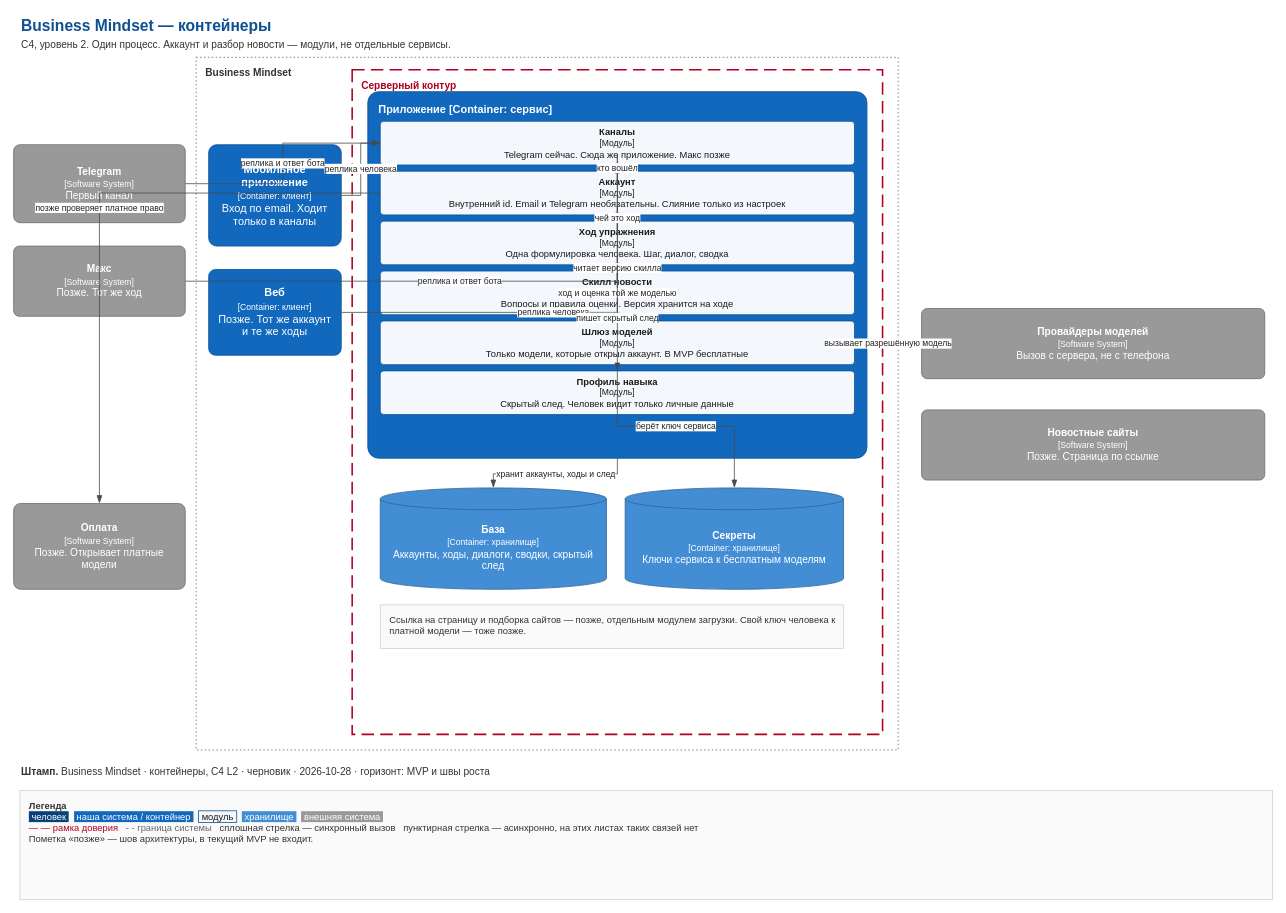
nletra1983/business-mindset-cloud keeps this draw.io diagram as ProductLC/01 Big Idea/architecture/diagrams/02-containers.drawio. Above is the earlier version. Source tidied: cells renumbered, new cells numbered last; positions are measured from the earlier drawing's top-left corner, leaving out a move shared by most shapes. Both pictures are drawn from the tidied source at 78%, with x=0, y=0 at pixel (13, 13).
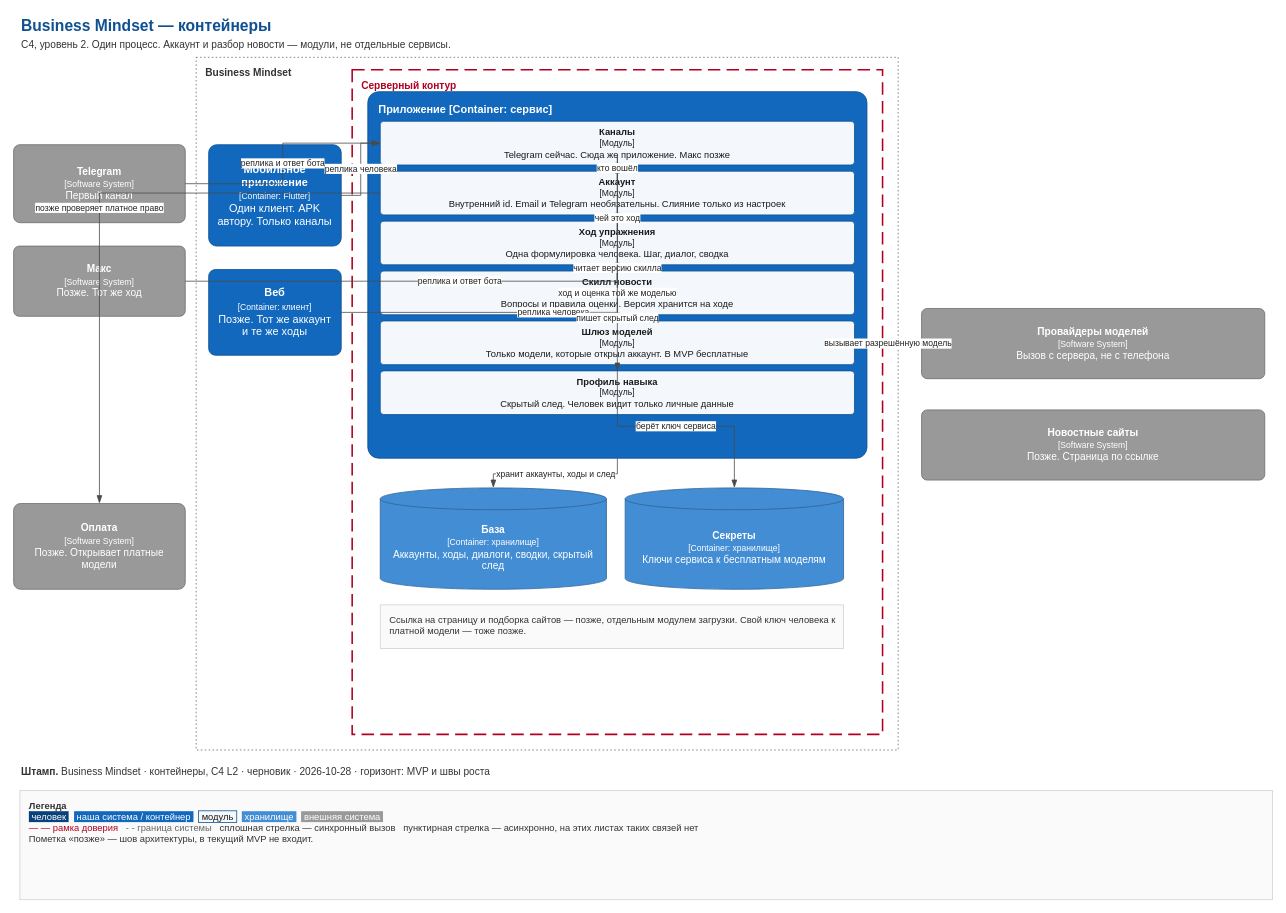
Above is the later version.

Diff of the diagram source:
```diff
@@
-    <mxCell id="16" value="&lt;b&gt;Мобильное приложение&lt;/b&gt;&lt;br&gt;&lt;font style=&quot;font-size: 11px&quot;&gt;[Container: клиент]&lt;/font&gt;&lt;br&gt;Вход по email. Ходит только в каналы" style="rounded=1;whiteSpace=wrap;html=1;fillColor=#1168BD;strokeColor=#0E5091;fontColor=#ffffff;arcSize=8;fontFamily=Arial;fontSize=14;verticalAlign=middle;align=center;spacing=8;" parent="1" vertex="1">
+    <mxCell id="16" value="&lt;b&gt;Мобильное приложение&lt;/b&gt;&lt;br&gt;&lt;font style=&quot;font-size: 11px&quot;&gt;[Container: Flutter]&lt;/font&gt;&lt;br&gt;Один клиент. APK автору. Только каналы" style="rounded=1;whiteSpace=wrap;html=1;fillColor=#1168BD;strokeColor=#0E5091;fontColor=#ffffff;arcSize=8;fontFamily=Arial;fontSize=14;verticalAlign=middle;align=center;spacing=8;" parent="1" vertex="1">
       <mxGeometry x="250" y="168" width="170" height="130" as="geometry" />
     </mxCell>
```
